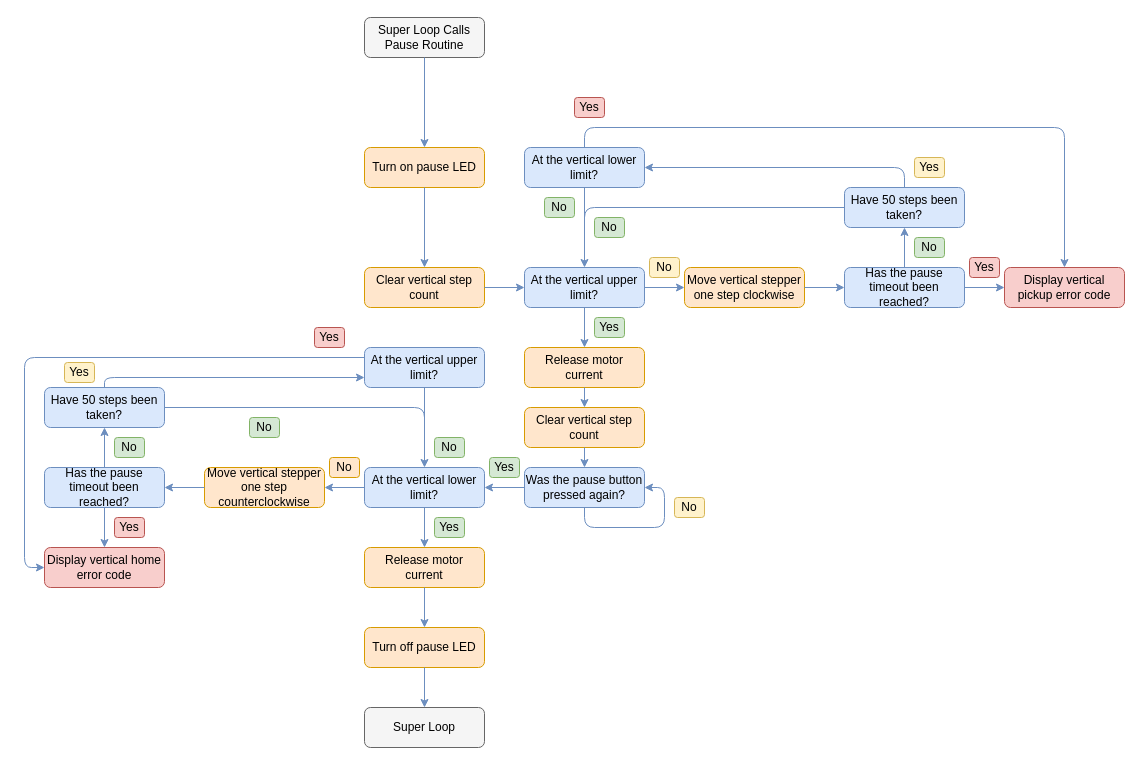
pdnelson/Automatic-Record-Player keeps this draw.io diagram as Design/Software/PauseRoutine.drawio. Above is the earlier version. Source tidied: cells renumbered, new cells numbered last; positions are measured from the earlier drawing's top-left corner, leaving out a move shared by most shapes. Both pictures are drawn from the tidied source at 100%, with x=0, y=0 at pixel (24, 17).
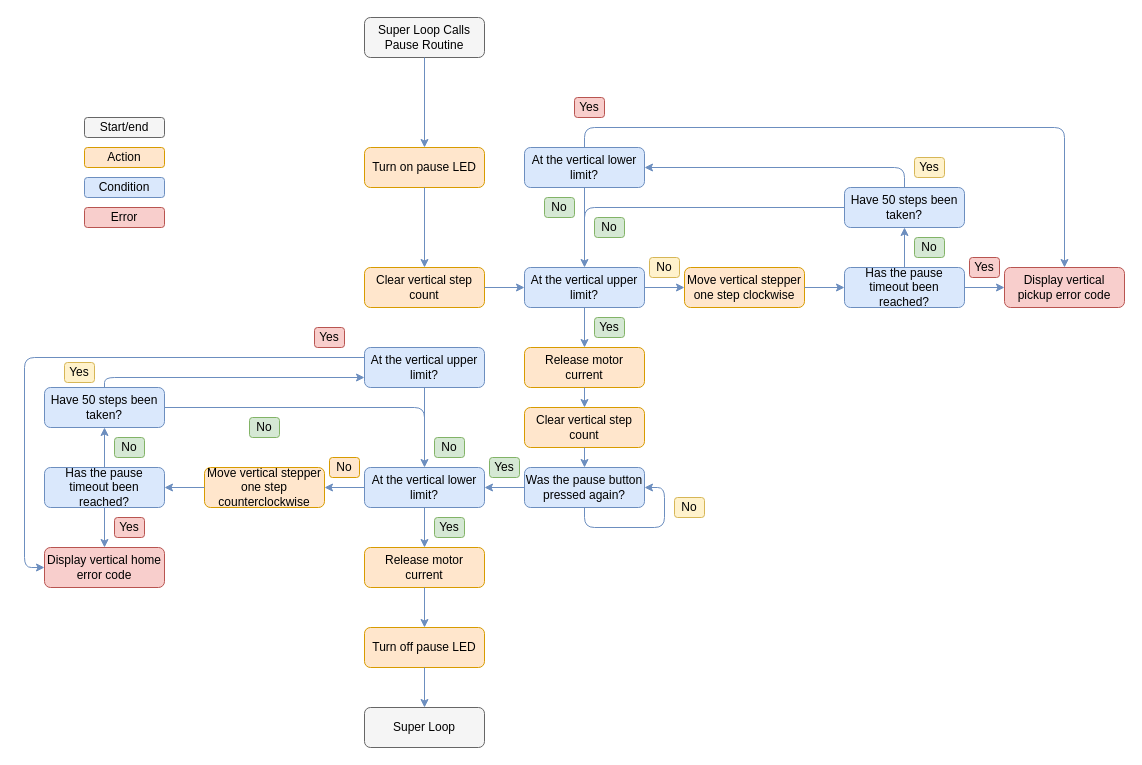
Above is the later version.

The edit, as a diff of the source:
```diff
@@
+    <mxCell id="69" value="&lt;font color=&quot;#000000&quot;&gt;Action&lt;/font&gt;" style="rounded=1;whiteSpace=wrap;html=1;fillColor=#ffe6cc;strokeColor=#d79b00;" parent="1" vertex="1">
+      <mxGeometry x="60" y="130" width="80" height="20" as="geometry" />
+    </mxCell>
+    <mxCell id="70" value="&lt;font color=&quot;#000000&quot;&gt;Condition&lt;/font&gt;" style="rounded=1;whiteSpace=wrap;html=1;fillColor=#dae8fc;strokeColor=#6c8ebf;" parent="1" vertex="1">
+      <mxGeometry x="60" y="160" width="80" height="20" as="geometry" />
+    </mxCell>
+    <mxCell id="71" value="&lt;font color=&quot;#000000&quot;&gt;Start/end&lt;/font&gt;" style="rounded=1;whiteSpace=wrap;html=1;fillColor=#f5f5f5;strokeColor=#666666;fontColor=#333333;" parent="1" vertex="1">
+      <mxGeometry x="60" y="100" width="80" height="20" as="geometry" />
+    </mxCell>
+    <mxCell id="72" value="&lt;font color=&quot;#000000&quot;&gt;Error&lt;/font&gt;" style="rounded=1;whiteSpace=wrap;html=1;fillColor=#f8cecc;strokeColor=#b85450;" parent="1" vertex="1">
+      <mxGeometry x="60" y="190" width="80" height="20" as="geometry" />
+    </mxCell>
```
